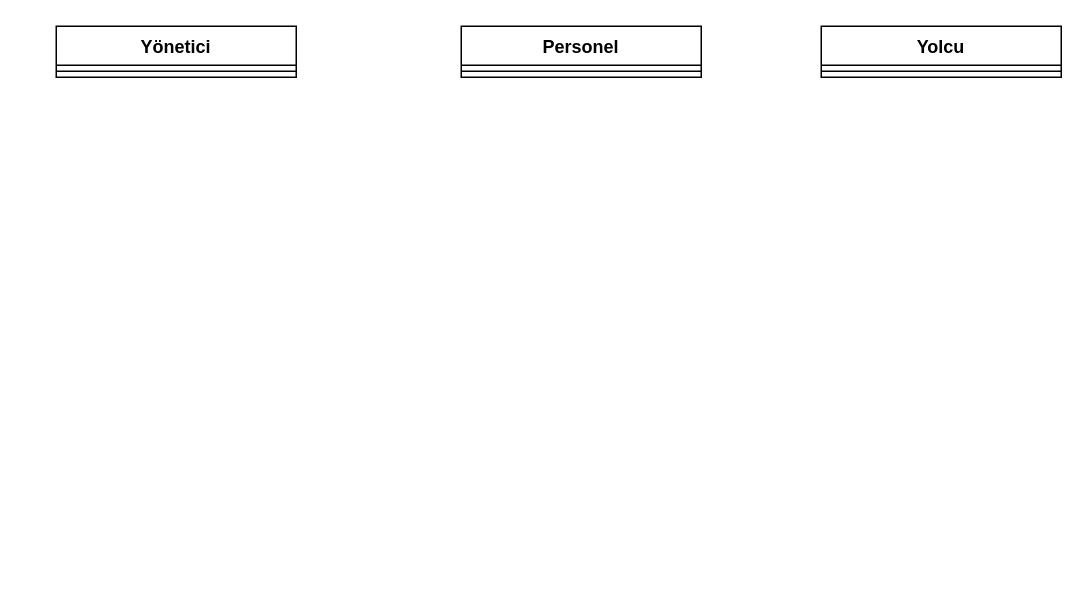
Before: Untitled Diagram.drawio in halkhattab63/python-Introduction, a draw.io diagram. Source tidied: cells renumbered, new cells numbered last; positions are measured from the earlier drawing's top-left corner, leaving out a move shared by most shapes. Both pictures are drawn from the tidied source at 150%, with x=0, y=0 at pixel (56, 26).
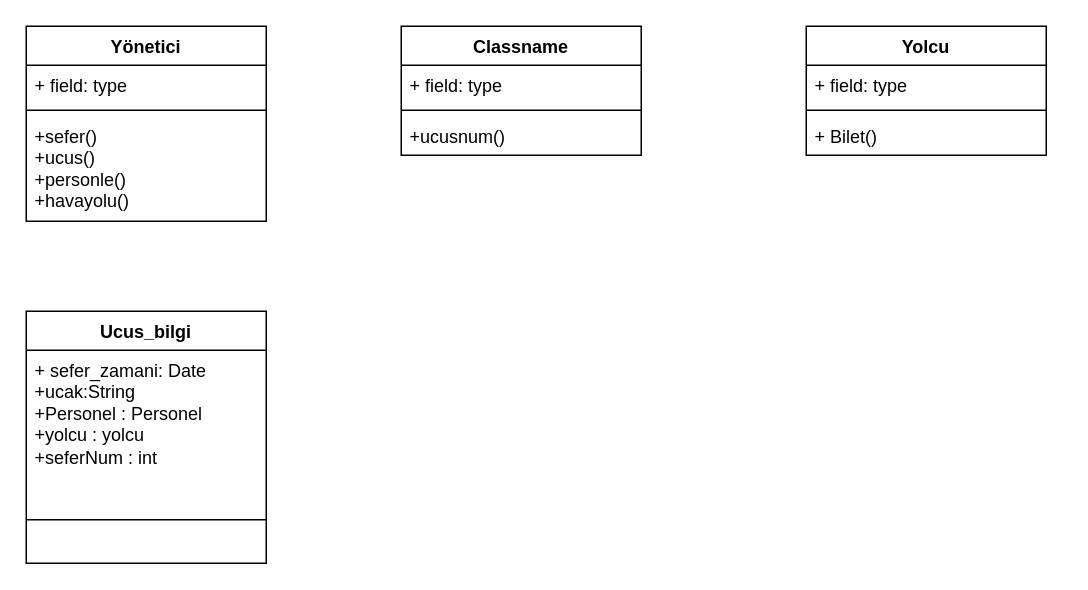
The same page after the edit.

Diff of the diagram source:
```diff
@@
 <mxGraphModel>
   <root>
     <mxCell id="0" />
     <mxCell id="1" parent="0" />
     <mxCell id="2" value="Yönetici" style="swimlane;fontStyle=1;align=center;verticalAlign=top;horizontal=1;startSize=26;whiteSpace=wrap;html=1;" parent="1" vertex="1">
-      <mxGeometry width="160" height="34" as="geometry" />
+      <mxGeometry x="-20" width="160" height="130" as="geometry" />
     </mxCell>
-    <mxCell id="3" style="line;strokeWidth=1;fillColor=none;align=left;verticalAlign=middle;spacingTop=-1;spacingLeft=3;spacingRight=3;labelPosition=right;strokeColor=inherit;" parent="2" vertex="1">
-      <mxGeometry y="26" width="160" height="8" as="geometry" />
-    </mxCell>
-    <mxCell id="4" value="Personel" style="swimlane;fontStyle=1;align=center;verticalAlign=top;horizontal=1;startSize=26;whiteSpace=wrap;html=1;" parent="1" vertex="1">
-      <mxGeometry x="270" width="160" height="34" as="geometry" />
-    </mxCell>
-    <mxCell id="5" style="line;strokeWidth=1;fillColor=none;align=left;verticalAlign=middle;spacingTop=-1;spacingLeft=3;spacingRight=3;labelPosition=right;strokeColor=inherit;" parent="4" vertex="1">
-      <mxGeometry y="26" width="160" height="8" as="geometry" />
-    </mxCell>
+    <mxCell id="8" value="+ field: type" style="text;strokeColor=none;fillColor=none;align=left;verticalAlign=top;spacingLeft=4;spacingRight=4;overflow=hidden;whiteSpace=wrap;html=1;" parent="2" vertex="1">
+      <mxGeometry y="26" width="160" height="26" as="geometry" />
+    </mxCell>
+    <mxCell id="9" style="line;strokeWidth=1;fillColor=none;align=left;verticalAlign=middle;spacingTop=-1;spacingLeft=3;spacingRight=3;labelPosition=right;strokeColor=inherit;" parent="2" vertex="1">
+      <mxGeometry y="52" width="160" height="8" as="geometry" />
+    </mxCell>
+    <mxCell id="10" value="+sefer()&lt;br&gt;+ucus()&lt;br&gt;+personle()&lt;br&gt;+havayolu()" style="text;strokeColor=none;fillColor=none;align=left;verticalAlign=top;spacingLeft=4;spacingRight=4;overflow=hidden;whiteSpace=wrap;html=1;" parent="2" vertex="1">
+      <mxGeometry y="60" width="160" height="70" as="geometry" />
+    </mxCell>
+    <mxCell id="11" value="Classname" style="swimlane;fontStyle=1;align=center;verticalAlign=top;horizontal=1;startSize=26;whiteSpace=wrap;html=1;" parent="1" vertex="1">
+      <mxGeometry x="230" width="160" height="86" as="geometry" />
+    </mxCell>
+    <mxCell id="12" value="+ field: type" style="text;strokeColor=none;fillColor=none;align=left;verticalAlign=top;spacingLeft=4;spacingRight=4;overflow=hidden;whiteSpace=wrap;html=1;" parent="11" vertex="1">
+      <mxGeometry y="26" width="160" height="26" as="geometry" />
+    </mxCell>
+    <mxCell id="13" style="line;strokeWidth=1;fillColor=none;align=left;verticalAlign=middle;spacingTop=-1;spacingLeft=3;spacingRight=3;labelPosition=right;strokeColor=inherit;" parent="11" vertex="1">
+      <mxGeometry y="52" width="160" height="8" as="geometry" />
+    </mxCell>
+    <mxCell id="14" value="+ucusnum()" style="text;strokeColor=none;fillColor=none;align=left;verticalAlign=top;spacingLeft=4;spacingRight=4;overflow=hidden;whiteSpace=wrap;html=1;" parent="11" vertex="1">
+      <mxGeometry y="60" width="160" height="26" as="geometry" />
+    </mxCell>
     <mxCell id="6" value="Yolcu" style="swimlane;fontStyle=1;align=center;verticalAlign=top;horizontal=1;startSize=26;whiteSpace=wrap;html=1;" parent="1" vertex="1">
-      <mxGeometry x="510" width="160" height="34" as="geometry" />
+      <mxGeometry x="500" width="160" height="86" as="geometry" />
     </mxCell>
-    <mxCell id="7" style="line;strokeWidth=1;fillColor=none;align=left;verticalAlign=middle;spacingTop=-1;spacingLeft=3;spacingRight=3;labelPosition=right;strokeColor=inherit;" parent="6" vertex="1">
-      <mxGeometry y="26" width="160" height="8" as="geometry" />
-    </mxCell>
+    <mxCell id="15" value="+ field: type" style="text;strokeColor=none;fillColor=none;align=left;verticalAlign=top;spacingLeft=4;spacingRight=4;overflow=hidden;whiteSpace=wrap;html=1;" parent="6" vertex="1">
+      <mxGeometry y="26" width="160" height="26" as="geometry" />
+    </mxCell>
+    <mxCell id="16" style="line;strokeWidth=1;fillColor=none;align=left;verticalAlign=middle;spacingTop=-1;spacingLeft=3;spacingRight=3;labelPosition=right;strokeColor=inherit;" parent="6" vertex="1">
+      <mxGeometry y="52" width="160" height="8" as="geometry" />
+    </mxCell>
+    <mxCell id="17" value="+ Bilet()" style="text;strokeColor=none;fillColor=none;align=left;verticalAlign=top;spacingLeft=4;spacingRight=4;overflow=hidden;whiteSpace=wrap;html=1;" parent="6" vertex="1">
+      <mxGeometry y="60" width="160" height="26" as="geometry" />
+    </mxCell>
+    <mxCell id="18" value="Ucus_bilgi" style="swimlane;fontStyle=1;align=center;verticalAlign=top;horizontal=1;startSize=26;whiteSpace=wrap;html=1;" parent="1" vertex="1">
+      <mxGeometry x="-20" y="190" width="160" height="168" as="geometry" />
+    </mxCell>
+    <mxCell id="19" value="+ sefer_zamani: Date&lt;br&gt;+ucak:String&lt;br&gt;+Personel : Personel&lt;br&gt;+yolcu : yolcu&lt;br&gt;+seferNum : int" style="text;strokeColor=none;fillColor=none;align=left;verticalAlign=top;spacingLeft=4;spacingRight=4;overflow=hidden;whiteSpace=wrap;html=1;" parent="18" vertex="1">
+      <mxGeometry y="26" width="160" height="84" as="geometry" />
+    </mxCell>
+    <mxCell id="20" style="line;strokeWidth=1;fillColor=none;align=left;verticalAlign=middle;spacingTop=-1;spacingLeft=3;spacingRight=3;labelPosition=right;strokeColor=inherit;" parent="18" vertex="1">
+      <mxGeometry y="110" width="160" height="58" as="geometry" />
+    </mxCell>
   </root>
 </mxGraphModel>
```
